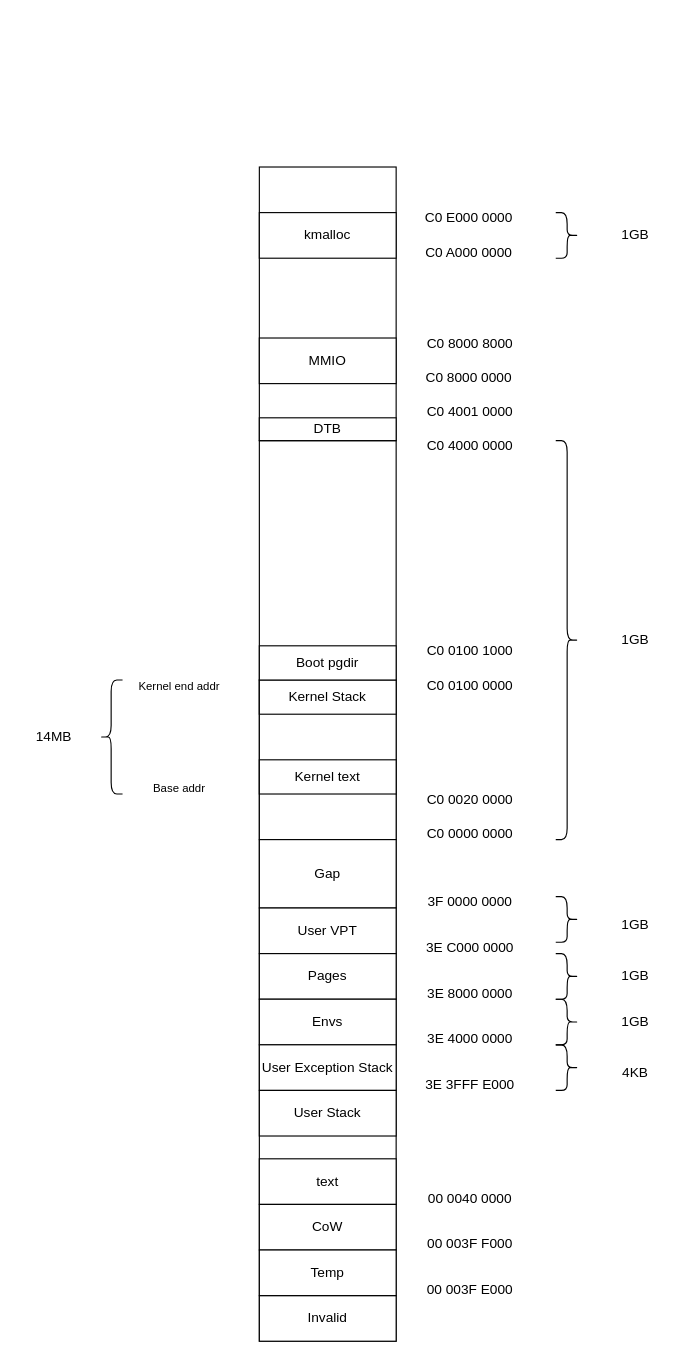
This is memory.drawio from saitewasreset/mos-riscv64, a draw.io file, before an edit. Source tidied: cells renumbered, new cells numbered last; positions are measured from the earlier drawing's top-left corner, leaving out a move shared by most shapes. Both pictures are drawn from the tidied source at 114%, with x=0, y=0 at pixel (19, 166).
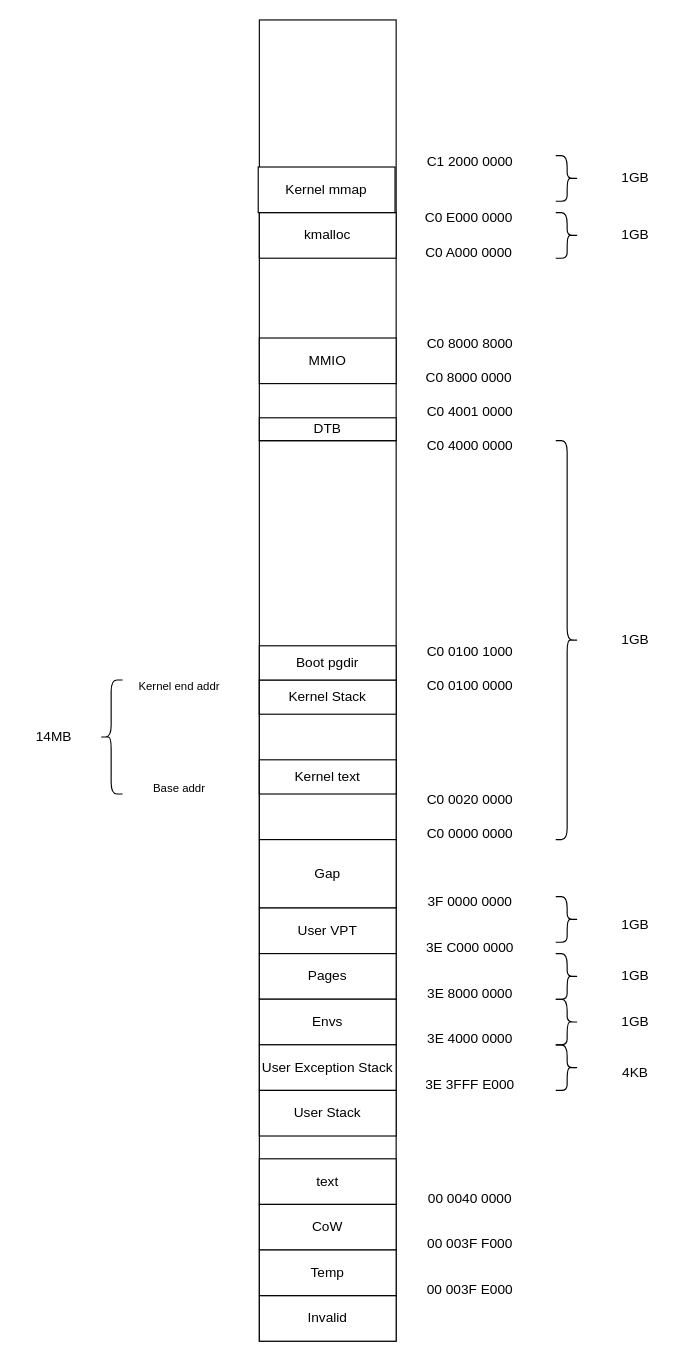
After the change.

What changed in the source:
```diff
@@
     <mxCell id="44" style="rounded=0;whiteSpace=wrap;html=1;" parent="1" vertex="1">
-      <mxGeometry x="210" width="120" height="240" as="geometry" />
+      <mxGeometry x="210" y="-129" width="120" height="369" as="geometry" />
     </mxCell>
@@
+    <mxCell id="55" value="Kernel mmap" style="rounded=0;whiteSpace=wrap;html=1;" parent="1" vertex="1">
+      <mxGeometry x="209" width="120" height="40" as="geometry" />
+    </mxCell>
+    <mxCell id="56" value="C1 2000 0000" style="text;html=1;align=center;verticalAlign=middle;whiteSpace=wrap;rounded=0;" parent="1" vertex="1">
+      <mxGeometry x="330" y="-19" width="130" height="30" as="geometry" />
+    </mxCell>
+    <mxCell id="57" style="shape=curlyBracket;whiteSpace=wrap;html=1;rounded=1;flipH=1;labelPosition=right;verticalLabelPosition=middle;align=left;verticalAlign=middle;" parent="1" vertex="1">
+      <mxGeometry x="470" y="-10" width="20" height="40" as="geometry" />
+    </mxCell>
+    <mxCell id="58" value="1GB" style="text;html=1;align=center;verticalAlign=middle;whiteSpace=wrap;rounded=0;" parent="1" vertex="1">
+      <mxGeometry x="510" y="-5" width="60" height="30" as="geometry" />
+    </mxCell>
```
